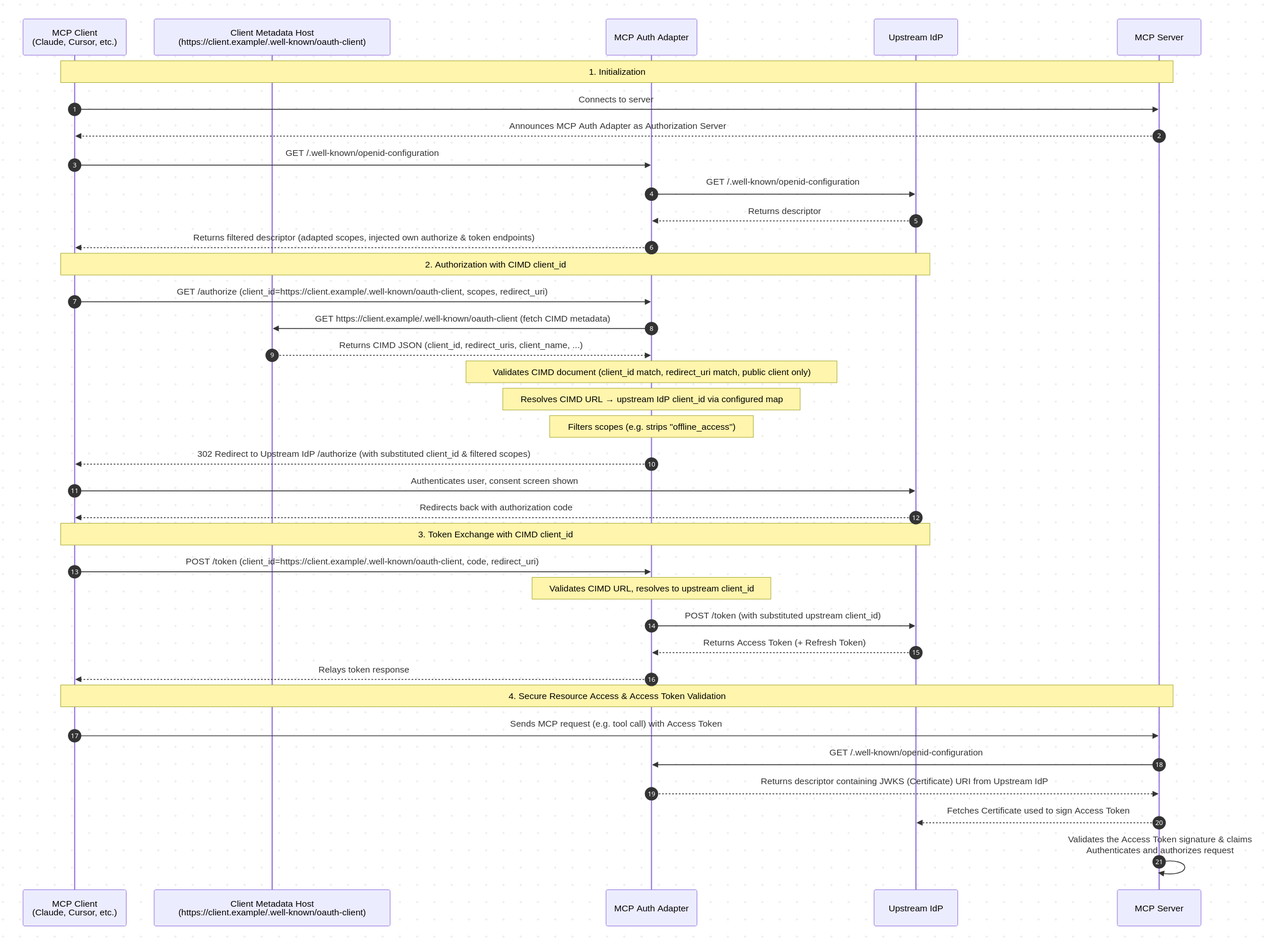
Before: docs/mcp_auth_adapter_flow_cimd_scopesfiltering.png, a diagram exported from Mermaid (velias/mcp-auth-adapter). Its source is kept beside it as docs/mcp_auth_adapter_flow_cimd_scopesfiltering.mermaid. Source of this version:
```mermaid
sequenceDiagram
    autonumber
    participant Client as MCP Client<br/>(Claude, Cursor, etc.)
    participant ClientHost as Client Metadata Host<br/>(https://client.example/.well-known/oauth-client)
    participant Proxy as MCP Auth Adapter
    participant SSO as Upstream IdP
    participant MCPServer as MCP Server

    Note over Client, MCPServer: 1. Initialization
    Client->>MCPServer: Connects to server
    MCPServer-->>Client: Announces MCP Auth Adapter as Authorization Server
    Client->>Proxy: GET /.well-known/openid-configuration
    Proxy->>SSO: GET /.well-known/openid-configuration
    SSO-->>Proxy: Returns descriptor
    Proxy-->>Client: Returns filtered descriptor (adapted scopes, injected own authorize & token endpoints)

    Note over Client, SSO: 2. Authorization with CIMD client_id
    Client->>Proxy: GET /authorize (client_id=https://client.example/.well-known/oauth-client, scopes, redirect_uri)
    Proxy->>ClientHost: GET https://client.example/.well-known/oauth-client (fetch CIMD metadata)
    ClientHost-->>Proxy: Returns CIMD JSON (client_id, redirect_uris, client_name, ...)
    Note over Proxy: Validates CIMD document (client_id match, redirect_uri match, public client only)
    Note over Proxy: Resolves CIMD URL → upstream IdP client_id via configured map
    Note over Proxy: Filters scopes (e.g. strips "offline_access")
    Proxy-->>Client: 302 Redirect to Upstream IdP /authorize (with substituted client_id & filtered scopes)
    Client->>SSO: Authenticates user, consent screen shown
    SSO-->>Client: Redirects back with authorization code

    Note over Client, SSO: 3. Token Exchange with CIMD client_id
    Client->>Proxy: POST /token (client_id=https://client.example/.well-known/oauth-client, code, redirect_uri)
    Note over Proxy: Validates CIMD URL, resolves to upstream client_id
    Proxy->>SSO: POST /token (with substituted upstream client_id)
    SSO-->>Proxy: Returns Access Token (+ Refresh Token)
    Proxy-->>Client: Relays token response

    Note over Client, MCPServer: 4. Secure Resource Access & Access Token Validation
    Client->>MCPServer: Sends MCP request (e.g. tool call) with Access Token
    MCPServer->>Proxy: GET /.well-known/openid-configuration
    Proxy-->>MCPServer: Returns descriptor containing JWKS (Certificate) URI from Upstream IdP
    MCPServer-->>SSO: Fetches Certificate used to sign Access Token
    MCPServer->>MCPServer: Validates the Access Token signature & claims<br/>Authenticates and authorizes request
```
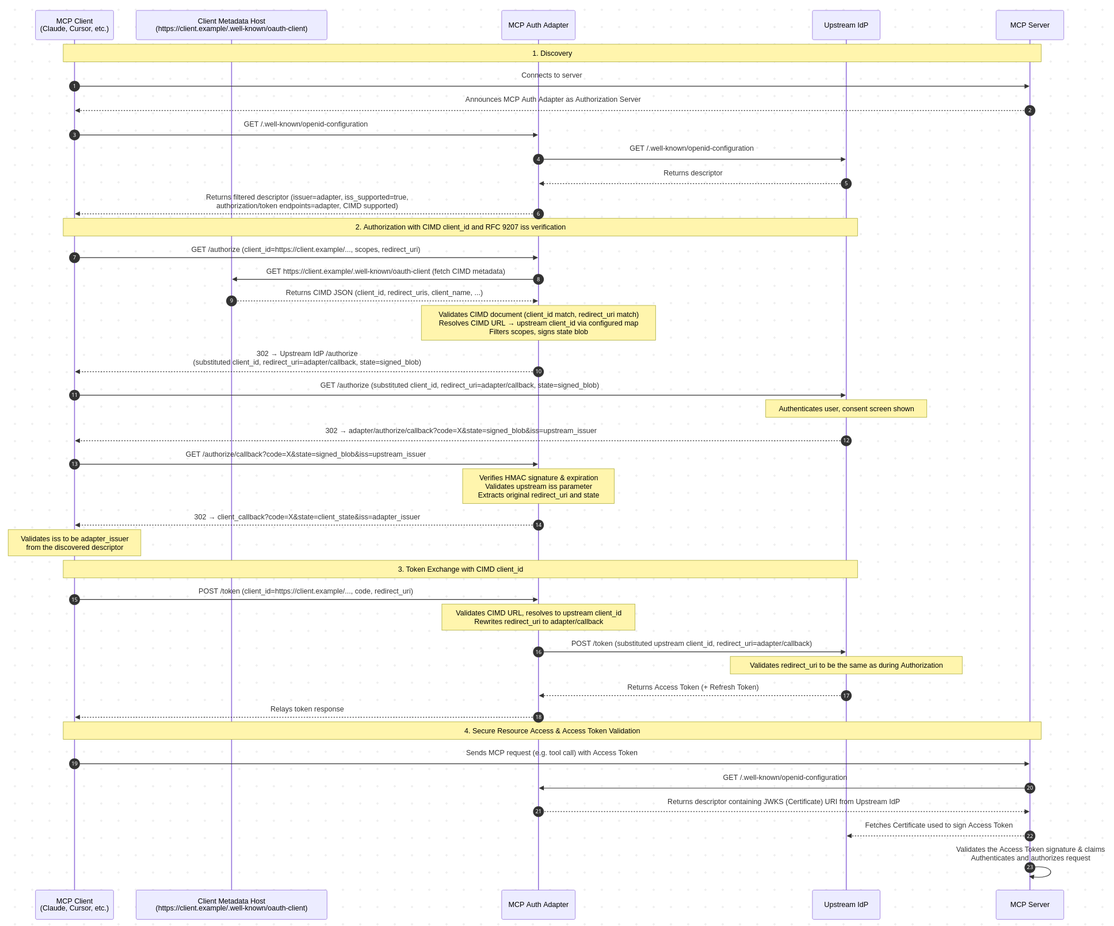
After the change.

Change to the diagram source:
```diff
@@ -6,29 +6,34 @@
     participant SSO as Upstream IdP
     participant MCPServer as MCP Server
 
-    Note over Client, MCPServer: 1. Initialization
+    Note over Client, MCPServer: 1. Discovery
     Client->>MCPServer: Connects to server
     MCPServer-->>Client: Announces MCP Auth Adapter as Authorization Server
     Client->>Proxy: GET /.well-known/openid-configuration
     Proxy->>SSO: GET /.well-known/openid-configuration
     SSO-->>Proxy: Returns descriptor
-    Proxy-->>Client: Returns filtered descriptor (adapted scopes, injected own authorize & token endpoints)
+    Proxy-->>Client: Returns filtered descriptor (issuer=adapter, iss_supported=true,<br/>authorization/token endpoints=adapter, CIMD supported)
 
-    Note over Client, SSO: 2. Authorization with CIMD client_id
-    Client->>Proxy: GET /authorize (client_id=https://client.example/.well-known/oauth-client, scopes, redirect_uri)
+    Note over Client, SSO: 2. Authorization with CIMD client_id and RFC 9207 iss verification
+    Client->>Proxy: GET /authorize (client_id=https://client.example/..., scopes, redirect_uri)
     Proxy->>ClientHost: GET https://client.example/.well-known/oauth-client (fetch CIMD metadata)
     ClientHost-->>Proxy: Returns CIMD JSON (client_id, redirect_uris, client_name, ...)
-    Note over Proxy: Validates CIMD document (client_id match, redirect_uri match, public client only)
-    Note over Proxy: Resolves CIMD URL → upstream IdP client_id via configured map
-    Note over Proxy: Filters scopes (e.g. strips "offline_access")
-    Proxy-->>Client: 302 Redirect to Upstream IdP /authorize (with substituted client_id & filtered scopes)
-    Client->>SSO: Authenticates user, consent screen shown
-    SSO-->>Client: Redirects back with authorization code
+    Note over Proxy: Validates CIMD document (client_id match, redirect_uri match)<br/>Resolves CIMD URL → upstream client_id via configured map<br/>Filters scopes, signs state blob
+    Proxy-->>Client: 302 → Upstream IdP /authorize<br/>(substituted client_id, redirect_uri=adapter/callback, state=signed_blob)
+    Client->>SSO:  GET /authorize (substituted client_id, redirect_uri=adapter/callback, state=signed_blob)
+    Note over SSO: Authenticates user, consent screen shown
+    SSO-->>Client: 302 → adapter/authorize/callback?code=X&state=signed_blob&iss=upstream_issuer
+
+    Client->>Proxy: GET /authorize/callback?code=X&state=signed_blob&iss=upstream_issuer
+    Note over Proxy: Verifies HMAC signature & expiration<br/>Validates upstream iss parameter<br/>Extracts original redirect_uri and state
+    Proxy-->>Client: 302 → client_callback?code=X&state=client_state&iss=adapter_issuer
+    Note over Client: Validates iss to be adapter_issuer<br/>from the discovered descriptor
 
     Note over Client, SSO: 3. Token Exchange with CIMD client_id
-    Client->>Proxy: POST /token (client_id=https://client.example/.well-known/oauth-client, code, redirect_uri)
-    Note over Proxy: Validates CIMD URL, resolves to upstream client_id
-    Proxy->>SSO: POST /token (with substituted upstream client_id)
+    Client->>Proxy: POST /token (client_id=https://client.example/..., code, redirect_uri)
+    Note over Proxy: Validates CIMD URL, resolves to upstream client_id<br/>Rewrites redirect_uri to adapter/callback
+    Proxy->>SSO: POST /token (substituted upstream client_id, redirect_uri=adapter/callback)
+    Note over SSO: Validates redirect_uri to be the same as during Authorization
     SSO-->>Proxy: Returns Access Token (+ Refresh Token)
     Proxy-->>Client: Relays token response
 
```
